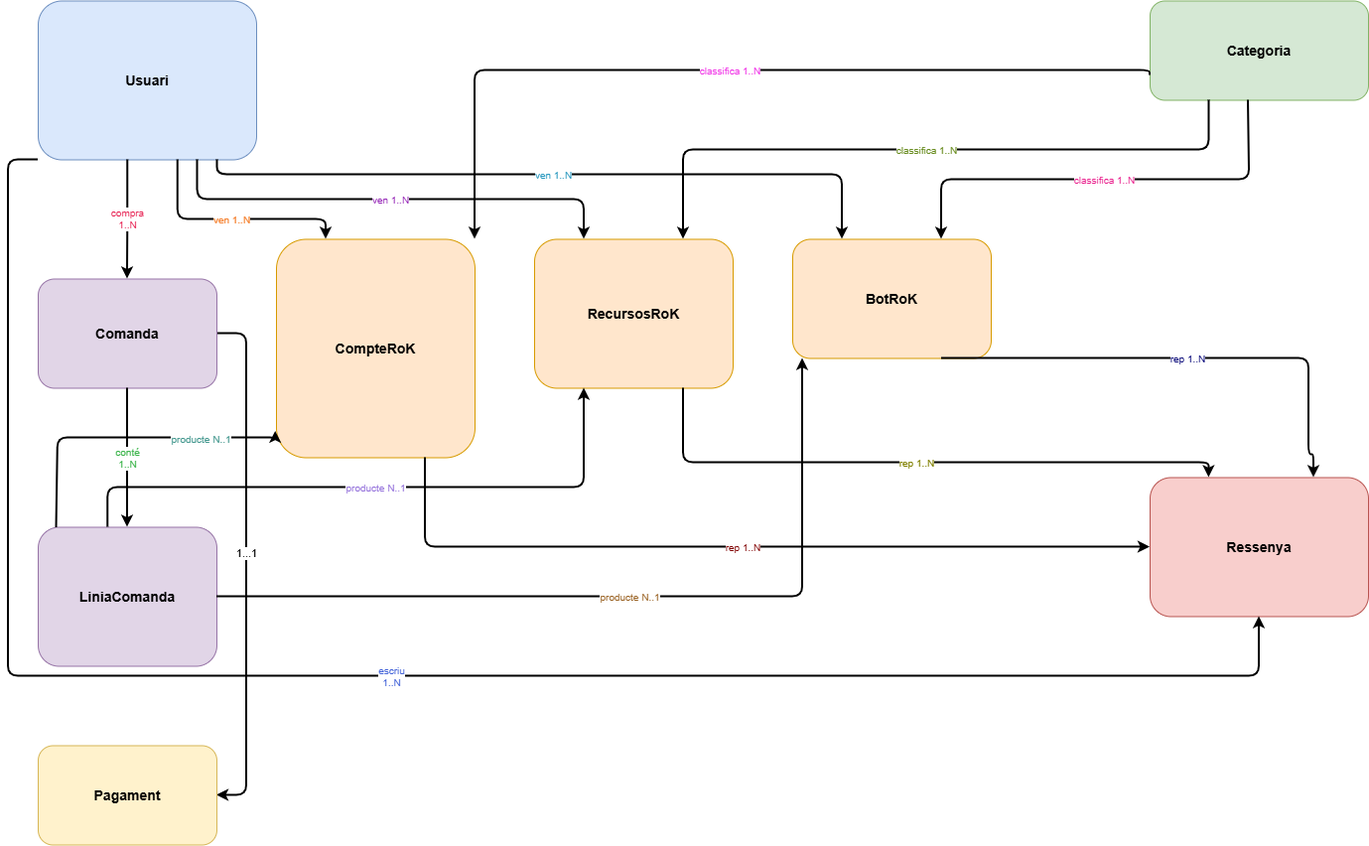
Above: Docs/diagrams/drawROK.png in Enricmn/Backend (draw.io), before the change. Source tidied: cells renumbered, new cells last; positions are measured from the earlier drawing's top-left corner, leaving out a move shared by most shapes.
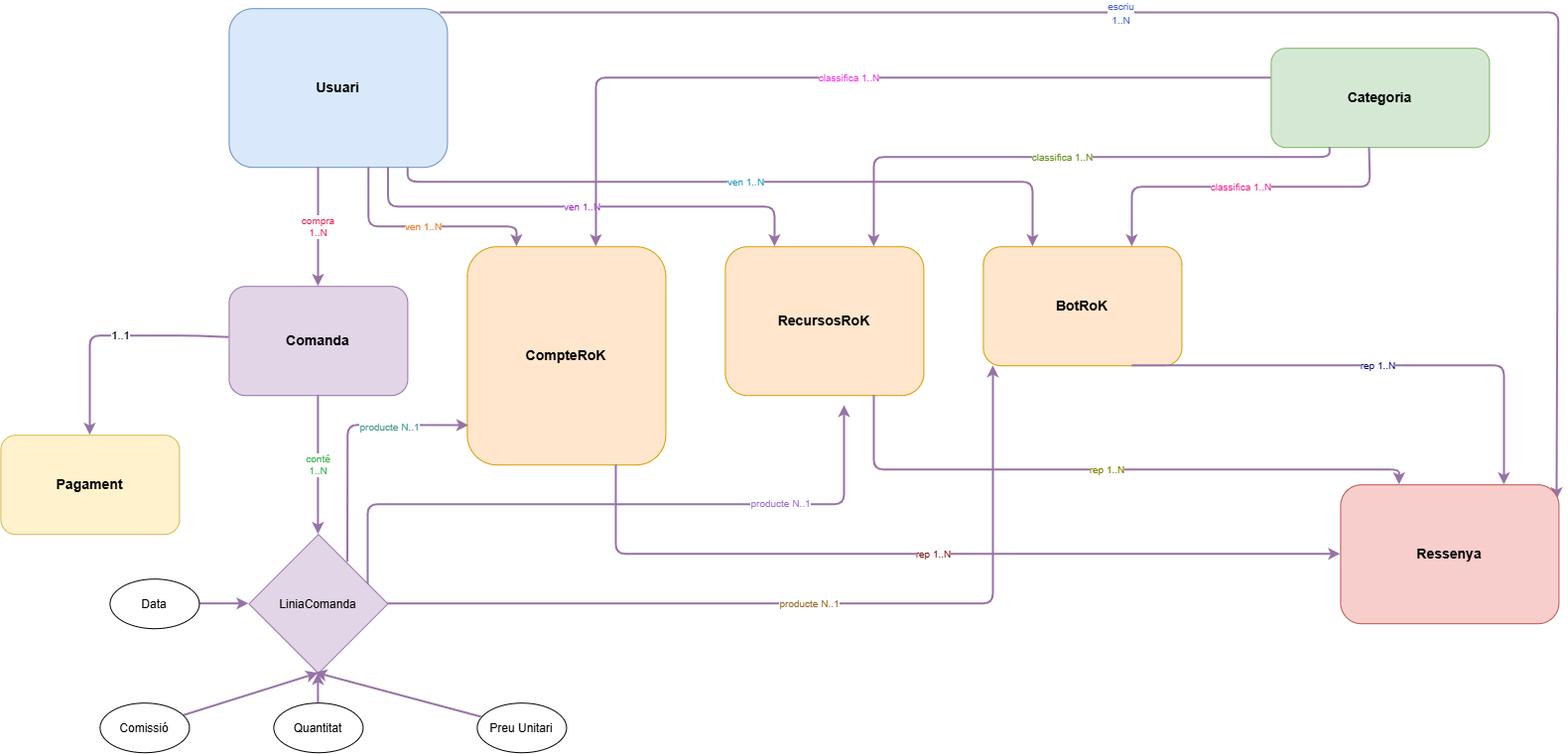
The same diagram one commit later.

Diff of the diagram source:
```diff
@@ -2,31 +2,36 @@
   <root>
     <mxCell id="0" />
     <mxCell id="1" parent="0" />
+    <mxCell id="29" style="edgeStyle=none;html=1;entryX=0.991;entryY=0.107;entryDx=0;entryDy=0;exitX=0.969;exitY=0.027;exitDx=0;exitDy=0;exitPerimeter=0;fillColor=#e1d5e7;strokeColor=#9673a6;strokeWidth=2;entryPerimeter=0;" parent="1" edge="1" source="2" target="11">
+      <mxGeometry relative="1" as="geometry">
+        <Array as="points">
+          <mxPoint x="1370" y="4.3" />
+        </Array>
+      </mxGeometry>
+    </mxCell>
+    <mxCell id="14" value="&lt;span style=&quot;color: rgb(67, 99, 216); font-size: 10px;&quot;&gt;escriu&lt;/span&gt;&lt;br style=&quot;color: rgb(63, 63, 63); scrollbar-color: rgba(134, 139, 196, 0.08) rgb(26, 27, 38); font-size: 10px;&quot;&gt;&lt;span style=&quot;color: rgb(67, 99, 216); font-size: 10px;&quot;&gt;1..N&lt;/span&gt;" style="edgeLabel;html=1;align=center;verticalAlign=middle;" parent="29" vertex="1">
+      <mxGeometry x="-0.15" relative="1" as="geometry" />
+    </mxCell>
     <mxCell id="2" value="&lt;b&gt;Usuari&lt;/b&gt;" style="rounded=1;whiteSpace=wrap;html=1;align=center;verticalAlign=middle;fontSize=14;fillColor=#dae8fc;strokeColor=#6c8ebf;" parent="1" vertex="1">
       <mxGeometry x="30" width="220" height="160" as="geometry" />
     </mxCell>
     <mxCell id="3" value="&lt;b&gt;Categoria&lt;/b&gt;" style="rounded=1;whiteSpace=wrap;html=1;align=center;verticalAlign=middle;fontSize=14;fillColor=#d5e8d4;strokeColor=#82b366;" parent="1" vertex="1">
-      <mxGeometry x="1150" width="220" height="100" as="geometry" />
+      <mxGeometry x="1080" y="40" width="220" height="100" as="geometry" />
     </mxCell>
-    <mxCell id="4" style="edgeStyle=none;html=1;entryX=1;entryY=0.5;entryDx=0;entryDy=0;strokeWidth=2;exitX=1;exitY=0.5;exitDx=0;exitDy=0;" parent="1" edge="1" source="6" target="28">
+    <mxCell id="4" style="edgeStyle=none;html=1;strokeWidth=2;fillColor=#e1d5e7;strokeColor=#9673a6;" parent="1" edge="1" source="6" target="28">
       <mxGeometry relative="1" as="geometry">
         <Array as="points">
-          <mxPoint x="240" y="335" />
-          <mxPoint x="240" y="540" />
-          <mxPoint x="240" y="700" />
-          <mxPoint x="240" y="800" />
+          <mxPoint x="-10" y="330" />
+          <mxPoint x="-110" y="330" />
         </Array>
       </mxGeometry>
     </mxCell>
-    <mxCell id="5" value="1...1" style="edgeLabel;html=1;align=center;verticalAlign=middle;" parent="4" vertex="1">
-      <mxGeometry x="-0.05" y="-1" relative="1" as="geometry" />
-    </mxCell>
+    <mxCell id="30" value="1..1" style="edgeLabel;html=1;align=center;verticalAlign=middle;" parent="4" vertex="1">
+      <mxGeometry x="-0.08" y="-1" relative="1" as="geometry" />
+    </mxCell>
     <mxCell id="6" value="&lt;b&gt;Comanda&lt;/b&gt;" style="rounded=1;whiteSpace=wrap;html=1;align=center;verticalAlign=middle;fontSize=14;fillColor=#e1d5e7;strokeColor=#9673a6;" parent="1" vertex="1">
       <mxGeometry x="30" y="280" width="180" height="110" as="geometry" />
     </mxCell>
-    <mxCell id="7" value="&lt;b&gt;LiniaComanda&lt;/b&gt;" style="rounded=1;whiteSpace=wrap;html=1;align=center;verticalAlign=middle;fontSize=14;fillColor=#e1d5e7;strokeColor=#9673a6;" parent="1" vertex="1">
-      <mxGeometry x="30" y="530" width="180" height="140" as="geometry" />
-    </mxCell>
     <mxCell id="8" value="&lt;b&gt;CompteRoK&lt;/b&gt;" style="rounded=1;whiteSpace=wrap;html=1;align=center;verticalAlign=middle;fontSize=14;fillColor=#ffe6cc;strokeColor=#d79b00;" parent="1" vertex="1">
       <mxGeometry x="270" y="240" width="200" height="220" as="geometry" />
     </mxCell>
@@ -39,22 +44,15 @@
     <mxCell id="11" value="&lt;b&gt;Ressenya&lt;/b&gt;" style="rounded=1;whiteSpace=wrap;html=1;align=center;verticalAlign=middle;fontSize=14;fillColor=#f8cecc;strokeColor=#b85450;" parent="1" vertex="1">
       <mxGeometry x="1150" y="480" width="220" height="140" as="geometry" />
     </mxCell>
-    <mxCell id="12" value="compra&#10;1..N" style="edgeStyle=orthogonalEdgeStyle;html=1;fontSize=10;strokeColor=#000000;fontColor=#e6194b;strokeWidth=2;exitX=0.41;exitY=1;exitDx=0;exitDy=0;entryX=0.5;entryY=0;entryDx=0;entryDy=0;" parent="1" edge="1" source="2" target="6">
+    <mxCell id="12" value="compra&#10;1..N" style="edgeStyle=orthogonalEdgeStyle;html=1;fontSize=10;strokeColor=#9673a6;fontColor=#e6194b;strokeWidth=2;exitX=0.41;exitY=1;exitDx=0;exitDy=0;entryX=0.5;entryY=0;entryDx=0;entryDy=0;fillColor=#e1d5e7;" parent="1" edge="1" source="2" target="6">
       <mxGeometry relative="1" as="geometry" />
     </mxCell>
-    <mxCell id="13" value="conté&#10;1..N" style="edgeStyle=orthogonalEdgeStyle;html=1;fontSize=10;strokeColor=#000000;fontColor=#3cb44b;strokeWidth=2;exitX=0.5;exitY=1;exitDx=0;exitDy=0;entryX=0.5;entryY=0;entryDx=0;entryDy=0;" parent="1" edge="1" source="6" target="7">
-      <mxGeometry relative="1" as="geometry" />
+    <mxCell id="13" value="conté&#10;1..N" style="edgeStyle=orthogonalEdgeStyle;html=1;fontSize=10;strokeColor=#9673a6;fontColor=#3cb44b;strokeWidth=2;exitX=0.5;exitY=1;exitDx=0;exitDy=0;entryX=0.5;entryY=0;entryDx=0;entryDy=0;fillColor=#e1d5e7;" parent="1" edge="1" source="6">
+      <mxGeometry relative="1" as="geometry">
+        <mxPoint x="120" y="530" as="targetPoint" />
+      </mxGeometry>
     </mxCell>
-    <mxCell id="14" value="escriu&#10;1..N" style="edgeStyle=orthogonalEdgeStyle;html=1;fontSize=10;strokeColor=#000000;fontColor=#4363d8;strokeWidth=2;exitX=0;exitY=1;exitDx=0;exitDy=0;entryX=0.5;entryY=1;entryDx=0;entryDy=0;" parent="1" edge="1" source="2" target="11">
-      <mxGeometry relative="1" as="geometry">
-        <Array as="points">
-          <mxPoint y="160" />
-          <mxPoint y="680" />
-          <mxPoint x="1260" y="680" />
-        </Array>
-      </mxGeometry>
-    </mxCell>
-    <mxCell id="15" value="ven 1..N" style="edgeStyle=orthogonalEdgeStyle;html=1;fontSize=10;strokeColor=#000000;fontColor=#f58231;strokeWidth=2;exitX=0.64;exitY=1;exitDx=0;exitDy=0;entryX=0.25;entryY=0;entryDx=0;entryDy=0;" parent="1" edge="1" source="2" target="8">
+    <mxCell id="15" value="ven 1..N" style="edgeStyle=orthogonalEdgeStyle;html=1;fontSize=10;strokeColor=#9673a6;fontColor=#f58231;strokeWidth=2;exitX=0.64;exitY=1;exitDx=0;exitDy=0;entryX=0.25;entryY=0;entryDx=0;entryDy=0;fillColor=#e1d5e7;" parent="1" edge="1" source="2" target="8">
       <mxGeometry relative="1" as="geometry">
         <Array as="points">
           <mxPoint x="170" y="220" />
@@ -62,7 +60,7 @@
         </Array>
       </mxGeometry>
     </mxCell>
-    <mxCell id="16" value="ven 1..N" style="edgeStyle=orthogonalEdgeStyle;html=1;fontSize=10;strokeColor=#000000;fontColor=#911eb4;strokeWidth=2;exitX=0.73;exitY=1;exitDx=0;exitDy=0;entryX=0.25;entryY=0;entryDx=0;entryDy=0;" parent="1" edge="1" source="2" target="9">
+    <mxCell id="16" value="ven 1..N" style="edgeStyle=orthogonalEdgeStyle;html=1;fontSize=10;strokeColor=#9673a6;fontColor=#911eb4;strokeWidth=2;exitX=0.73;exitY=1;exitDx=0;exitDy=0;entryX=0.25;entryY=0;entryDx=0;entryDy=0;fillColor=#e1d5e7;" parent="1" edge="1" source="2" target="9">
       <mxGeometry relative="1" as="geometry">
         <Array as="points">
           <mxPoint x="190" y="200" />
@@ -70,7 +68,7 @@
         </Array>
       </mxGeometry>
     </mxCell>
-    <mxCell id="17" value="ven 1..N" style="edgeStyle=orthogonalEdgeStyle;html=1;fontSize=10;strokeColor=#000000;fontColor=#2596be;strokeWidth=2;exitX=0.82;exitY=1;exitDx=0;exitDy=0;entryX=0.25;entryY=0;entryDx=0;entryDy=0;" parent="1" edge="1" source="2" target="10">
+    <mxCell id="17" value="ven 1..N" style="edgeStyle=orthogonalEdgeStyle;html=1;fontSize=10;strokeColor=#9673a6;fontColor=#2596be;strokeWidth=2;exitX=0.82;exitY=1;exitDx=0;exitDy=0;entryX=0.25;entryY=0;entryDx=0;entryDy=0;fillColor=#e1d5e7;" parent="1" edge="1" source="2" target="10">
       <mxGeometry relative="1" as="geometry">
         <Array as="points">
           <mxPoint x="210" y="175" />
@@ -78,51 +76,47 @@
         </Array>
       </mxGeometry>
     </mxCell>
-    <mxCell id="18" value="classifica 1..N" style="edgeStyle=orthogonalEdgeStyle;html=1;fontSize=10;strokeColor=#000000;fontColor=#f032e6;strokeWidth=2;exitX=0;exitY=0.75;exitDx=0;exitDy=0;entryX=1;entryY=0;entryDx=0;entryDy=0;" parent="1" edge="1" source="3" target="8">
+    <mxCell id="18" value="classifica 1..N" style="edgeStyle=orthogonalEdgeStyle;html=1;fontSize=10;strokeColor=#9673a6;fontColor=#f032e6;strokeWidth=2;entryX=1;entryY=0;entryDx=0;entryDy=0;fillColor=#e1d5e7;" parent="1" edge="1">
       <mxGeometry relative="1" as="geometry">
+        <mxPoint x="1080" y="70" as="sourcePoint" />
+        <mxPoint x="400" y="240" as="targetPoint" />
         <Array as="points">
-          <mxPoint x="1150" y="70" />
-          <mxPoint x="470" y="70" />
+          <mxPoint x="1080" y="70.4" />
+          <mxPoint x="400" y="70" />
         </Array>
       </mxGeometry>
     </mxCell>
-    <mxCell id="19" value="classifica 1..N" style="edgeStyle=orthogonalEdgeStyle;html=1;fontSize=10;strokeColor=#000000;fontColor=#6b8e23;strokeWidth=2;exitX=0.27;exitY=1;exitDx=0;exitDy=0;entryX=0.75;entryY=0;entryDx=0;entryDy=0;" parent="1" edge="1" source="3" target="9">
+    <mxCell id="19" value="classifica 1..N" style="edgeStyle=orthogonalEdgeStyle;html=1;fontSize=10;strokeColor=#9673a6;fontColor=#6b8e23;strokeWidth=2;exitX=0.27;exitY=1;exitDx=0;exitDy=0;entryX=0.75;entryY=0;entryDx=0;entryDy=0;fillColor=#e1d5e7;" parent="1" edge="1" source="3" target="9">
       <mxGeometry relative="1" as="geometry">
         <Array as="points">
-          <mxPoint x="1210" y="150" />
+          <mxPoint x="1139.4" y="150" />
           <mxPoint x="680" y="150" />
         </Array>
       </mxGeometry>
     </mxCell>
-    <mxCell id="20" value="classifica 1..N" style="edgeStyle=orthogonalEdgeStyle;html=1;fontSize=10;strokeColor=#000000;fontColor=#e91e8c;strokeWidth=2;exitX=0.45;exitY=1;exitDx=0;exitDy=0;entryX=0.75;entryY=0;entryDx=0;entryDy=0;" parent="1" edge="1" source="3" target="10">
+    <mxCell id="20" value="classifica 1..N" style="edgeStyle=orthogonalEdgeStyle;html=1;fontSize=10;strokeColor=#9673a6;fontColor=#e91e8c;strokeWidth=2;exitX=0.45;exitY=1;exitDx=0;exitDy=0;entryX=0.75;entryY=0;entryDx=0;entryDy=0;fillColor=#e1d5e7;" parent="1" edge="1" source="3" target="10">
       <mxGeometry relative="1" as="geometry">
         <Array as="points">
-          <mxPoint x="1250" y="180" />
+          <mxPoint x="1180" y="140" />
+          <mxPoint x="1180" y="180" />
           <mxPoint x="940" y="180" />
         </Array>
       </mxGeometry>
     </mxCell>
-    <mxCell id="21" style="edgeStyle=orthogonalEdgeStyle;html=1;fontSize=10;strokeColor=#000000;fontColor=#469990;strokeWidth=2;exitX=0.103;exitY=0.004;exitDx=0;exitDy=0;entryX=-0.004;entryY=0.879;entryDx=0;entryDy=0;entryPerimeter=0;exitPerimeter=0;" parent="1" edge="1" source="7" target="8">
-      <mxGeometry relative="1" as="geometry">
-        <Array as="points">
-          <mxPoint x="49.8" y="530.6" />
-          <mxPoint x="49.8" y="440" />
-          <mxPoint x="269.2" y="440" />
-        </Array>
-      </mxGeometry>
-    </mxCell>
-    <mxCell id="22" value="&lt;span style=&quot;color: rgb(70, 153, 144); font-size: 10px;&quot;&gt;producte N..1&lt;/span&gt;" style="edgeLabel;html=1;align=center;verticalAlign=middle;" parent="21" vertex="1">
-      <mxGeometry x="0.48" relative="1" as="geometry" />
-    </mxCell>
-    <mxCell id="23" value="producte N..1" style="edgeStyle=orthogonalEdgeStyle;html=1;fontSize=10;strokeColor=#000000;fontColor=#9370db;strokeWidth=2;exitX=0.39;exitY=0;exitDx=0;exitDy=0;entryX=0.25;entryY=1;entryDx=0;entryDy=0;" parent="1" edge="1" source="7" target="9">
+    <mxCell id="23" style="edgeStyle=orthogonalEdgeStyle;html=1;fontSize=10;strokeColor=#9673a6;fontColor=#9370db;strokeWidth=2;exitX=0.785;exitY=0.311;exitDx=0;exitDy=0;entryX=0.25;entryY=1;entryDx=0;entryDy=0;fillColor=#e1d5e7;exitPerimeter=0;" parent="1" edge="1">
       <mxGeometry relative="1" as="geometry">
+        <mxPoint x="170" y="583.5" as="sourcePoint" />
+        <mxPoint x="650.1" y="400" as="targetPoint" />
         <Array as="points">
-          <mxPoint x="100.1" y="490" />
-          <mxPoint x="580" y="490" />
+          <mxPoint x="170" y="500" />
+          <mxPoint x="650.1" y="500" />
         </Array>
       </mxGeometry>
     </mxCell>
+    <mxCell id="31" value="&lt;span style=&quot;color: rgb(147, 112, 219); font-size: 10px;&quot;&gt;producte N..1&lt;/span&gt;" style="edgeLabel;html=1;align=center;verticalAlign=middle;" parent="23" vertex="1">
+      <mxGeometry x="0.5" y="2" relative="1" as="geometry" />
+    </mxCell>
-    <mxCell id="24" value="producte N..1" style="edgeStyle=orthogonalEdgeStyle;html=1;fontSize=10;strokeColor=#000000;fontColor=#9a6324;strokeWidth=2;exitX=1;exitY=0.5;exitDx=0;exitDy=0;entryX=0.25;entryY=1;entryDx=0;entryDy=0;" parent="1" edge="1" source="7">
+    <mxCell id="24" value="producte N..1" style="edgeStyle=orthogonalEdgeStyle;html=1;fontSize=10;strokeColor=#9673a6;fontColor=#9a6324;strokeWidth=2;exitX=1;exitY=0.5;exitDx=0;exitDy=0;entryX=0.25;entryY=1;entryDx=0;entryDy=0;fillColor=#e1d5e7;" parent="1" edge="1" source="7">
       <mxGeometry relative="1" as="geometry">
         <mxPoint x="800" y="360" as="targetPoint" />
         <Array as="points">
@@ -130,14 +124,14 @@
         </Array>
       </mxGeometry>
     </mxCell>
-    <mxCell id="25" value="rep 1..N" style="edgeStyle=orthogonalEdgeStyle;html=1;fontSize=10;strokeColor=#000000;fontColor=#800000;strokeWidth=2;exitX=0.75;exitY=1;exitDx=0;exitDy=0;entryX=0;entryY=0.5;entryDx=0;entryDy=0;" parent="1" edge="1" source="8" target="11">
+    <mxCell id="25" value="rep 1..N" style="edgeStyle=orthogonalEdgeStyle;html=1;fontSize=10;strokeColor=#9673a6;fontColor=#800000;strokeWidth=2;exitX=0.75;exitY=1;exitDx=0;exitDy=0;entryX=0;entryY=0.5;entryDx=0;entryDy=0;fillColor=#e1d5e7;" parent="1" edge="1" source="8" target="11">
       <mxGeometry relative="1" as="geometry">
         <Array as="points">
           <mxPoint x="420" y="550" />
         </Array>
       </mxGeometry>
     </mxCell>
-    <mxCell id="26" value="rep 1..N" style="edgeStyle=orthogonalEdgeStyle;html=1;fontSize=10;strokeColor=#000000;fontColor=#808000;strokeWidth=2;exitX=0.75;exitY=1;exitDx=0;exitDy=0;entryX=0.27;entryY=0;entryDx=0;entryDy=0;" parent="1" edge="1" source="9" target="11">
+    <mxCell id="26" value="rep 1..N" style="edgeStyle=orthogonalEdgeStyle;html=1;fontSize=10;strokeColor=#9673a6;fontColor=#808000;strokeWidth=2;exitX=0.75;exitY=1;exitDx=0;exitDy=0;entryX=0.27;entryY=0;entryDx=0;entryDy=0;fillColor=#e1d5e7;" parent="1" edge="1" source="9" target="11">
       <mxGeometry relative="1" as="geometry">
         <Array as="points">
           <mxPoint x="680" y="465" />
@@ -145,17 +139,52 @@
         </Array>
       </mxGeometry>
     </mxCell>
-    <mxCell id="27" value="rep 1..N" style="edgeStyle=orthogonalEdgeStyle;html=1;fontSize=10;strokeColor=#000000;fontColor=#000075;strokeWidth=2;exitX=0.75;exitY=1;exitDx=0;exitDy=0;entryX=0.75;entryY=0;entryDx=0;entryDy=0;" parent="1" edge="1" source="10" target="11">
+    <mxCell id="27" value="rep 1..N" style="edgeStyle=orthogonalEdgeStyle;html=1;fontSize=10;strokeColor=#9673a6;fontColor=#000075;strokeWidth=2;exitX=0.75;exitY=1;exitDx=0;exitDy=0;entryX=0.75;entryY=0;entryDx=0;entryDy=0;fillColor=#e1d5e7;" parent="1" edge="1" source="10" target="11">
       <mxGeometry relative="1" as="geometry">
         <Array as="points">
-          <mxPoint x="1310" y="360" />
-          <mxPoint x="1310" y="457" />
-          <mxPoint x="1315" y="457" />
+          <mxPoint x="1315" y="360" />
         </Array>
       </mxGeometry>
     </mxCell>
     <mxCell id="28" value="&lt;b&gt;Pagament&lt;/b&gt;" style="rounded=1;whiteSpace=wrap;html=1;align=center;verticalAlign=middle;fontSize=14;fillColor=#fff2cc;strokeColor=#d6b656;" parent="1" vertex="1">
-      <mxGeometry x="30" y="750" width="180" height="100" as="geometry" />
+      <mxGeometry x="-200" y="430" width="180" height="100" as="geometry" />
     </mxCell>
+    <mxCell id="7" value="LiniaComanda" style="rhombus;whiteSpace=wrap;html=1;shapeInside=1;fillColor=#e1d5e7;strokeColor=#9673a6;" parent="1" vertex="1">
+      <mxGeometry x="50" y="530" width="140" height="140" as="geometry" />
+    </mxCell>
+    <mxCell id="21" style="edgeStyle=none;html=1;entryX=0.008;entryY=0.82;entryDx=0;entryDy=0;entryPerimeter=0;fillColor=#e1d5e7;strokeColor=#9673a6;strokeWidth=2;exitX=0.711;exitY=0.198;exitDx=0;exitDy=0;exitPerimeter=0;" parent="1" edge="1" source="7" target="8">
+      <mxGeometry relative="1" as="geometry">
+        <Array as="points">
+          <mxPoint x="150" y="420" />
+        </Array>
+      </mxGeometry>
+    </mxCell>
+    <mxCell id="22" value="&lt;span style=&quot;color: rgb(70, 153, 144); font-size: 10px;&quot;&gt;producte N..1&lt;/span&gt;" style="edgeLabel;html=1;align=center;verticalAlign=middle;" parent="21" vertex="1">
+      <mxGeometry x="0.38" y="-1" relative="1" as="geometry" />
+    </mxCell>
+    <mxCell id="32" style="edgeStyle=none;html=1;entryX=0.5;entryY=1;entryDx=0;entryDy=0;strokeWidth=2;fillColor=#e1d5e7;strokeColor=#9673a6;" parent="1" edge="1" source="33" target="7">
+      <mxGeometry relative="1" as="geometry" />
+    </mxCell>
+    <mxCell id="33" value="Quantitat" style="ellipse;whiteSpace=wrap;html=1;shapeInside=1;" parent="1" vertex="1">
+      <mxGeometry x="75" y="700" width="90" height="50" as="geometry" />
+    </mxCell>
+    <mxCell id="34" value="Preu Unitari" style="ellipse;whiteSpace=wrap;html=1;shapeInside=1;" parent="1" vertex="1">
+      <mxGeometry x="280" y="700" width="90" height="50" as="geometry" />
+    </mxCell>
+    <mxCell id="35" style="edgeStyle=none;html=1;entryX=0.5;entryY=1;entryDx=0;entryDy=0;strokeWidth=2;fillColor=#e1d5e7;strokeColor=#9673a6;" parent="1" edge="1" source="36" target="7">
+      <mxGeometry relative="1" as="geometry" />
+    </mxCell>
+    <mxCell id="36" value="Comissió" style="ellipse;whiteSpace=wrap;html=1;shapeInside=1;" parent="1" vertex="1">
+      <mxGeometry x="-100" y="700" width="90" height="50" as="geometry" />
+    </mxCell>
+    <mxCell id="37" style="edgeStyle=none;html=1;entryX=0.478;entryY=0.996;entryDx=0;entryDy=0;entryPerimeter=0;fillColor=#e1d5e7;strokeColor=#9673a6;strokeWidth=2;" parent="1" edge="1" source="34" target="7">
+      <mxGeometry relative="1" as="geometry" />
+    </mxCell>
+    <mxCell id="38" style="edgeStyle=none;html=1;fillColor=#e1d5e7;strokeColor=#9673a6;strokeWidth=2;" parent="1" edge="1" source="39" target="7">
+      <mxGeometry relative="1" as="geometry" />
+    </mxCell>
+    <mxCell id="39" value="Data" style="ellipse;whiteSpace=wrap;html=1;shapeInside=1;" parent="1" vertex="1">
+      <mxGeometry x="-90" y="575" width="90" height="50" as="geometry" />
+    </mxCell>
   </root>
 </mxGraphModel>
```
